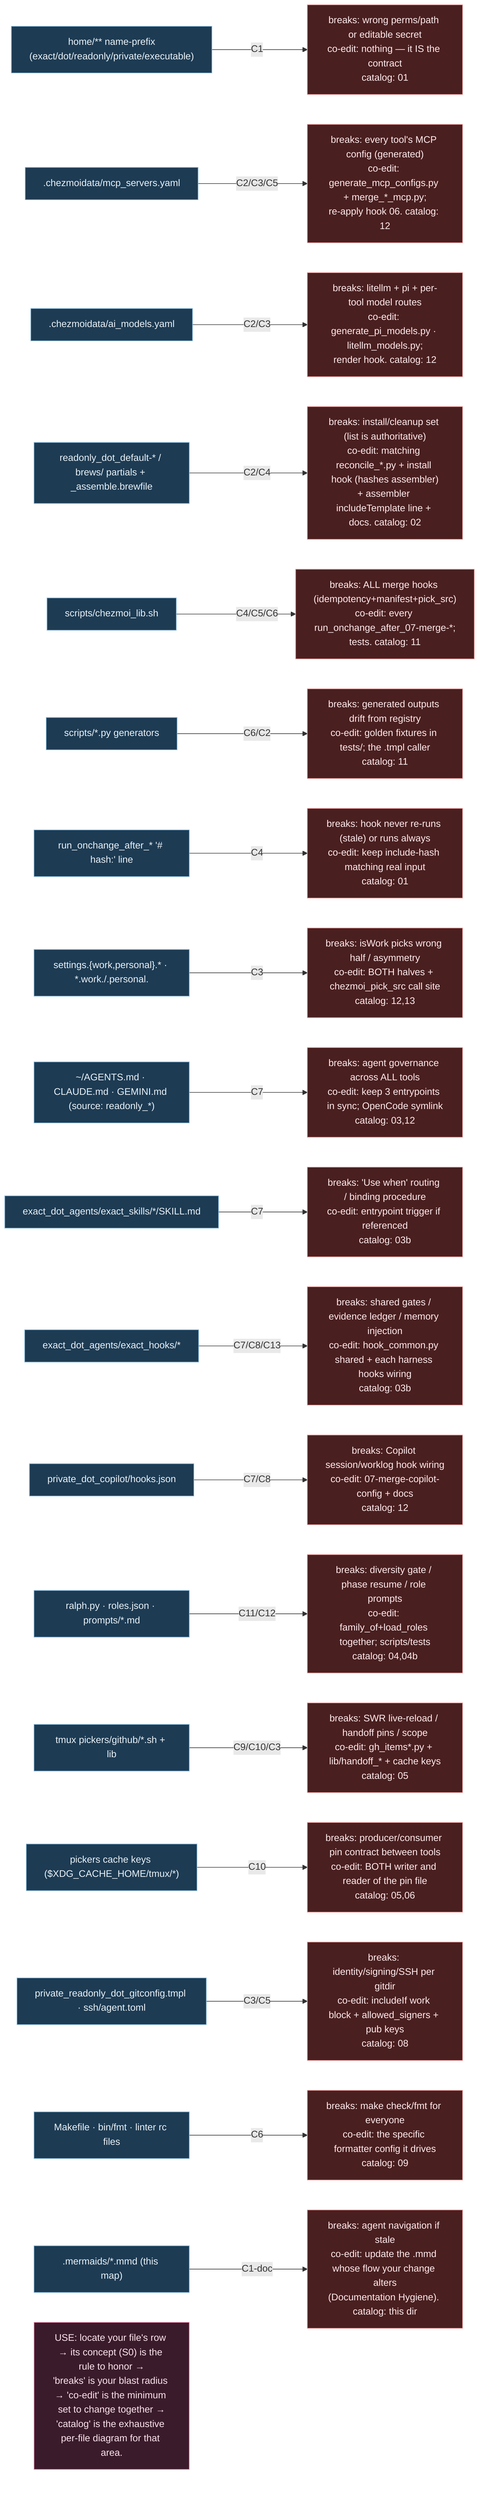
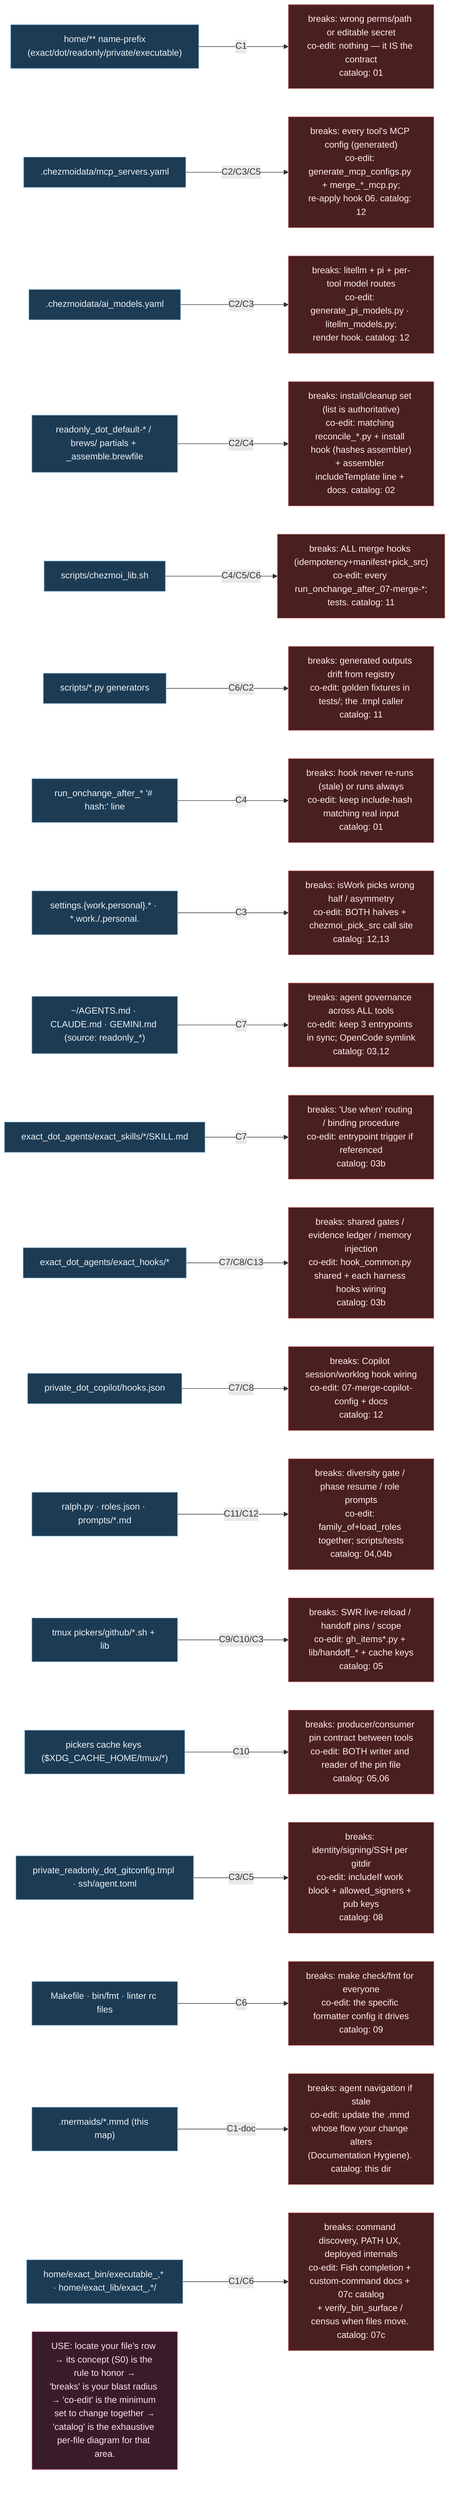
%% ============================================================================
%% SR-index.mmd — REVERSE INDEX ("maps into each particle").
%% Given a file/area you're about to touch, find: which CONCEPT it serves,
%% what BREAKS if you change it wrong, and the CO-EDIT SET (what must move with
%% it). This is the bridge from the semantic cloud (S0) down to the exhaustive
%% catalog (00-13). Concept IDs (C1..C13) refer to S0-concepts.mmd.
%% Mermaid note: rendered as a left→right map; for the dense table read source.
%% ============================================================================
flowchart LR
    classDef area fill:#1d3b53,stroke:#7fb3d5,color:#eaf2f8;
    classDef c fill:#3a1b2b,stroke:#f48fb1,color:#fce4ec;
    classDef brk fill:#4a1f1f,stroke:#ef9a9a,color:#ffebee;

    A1["home/** name-prefix<br/>(exact/dot/readonly/private/executable)"]:::area -->|C1| B1["breaks: wrong perms/path or editable secret<br/>co-edit: nothing — it IS the contract<br/>catalog: 01"]:::brk
    A2[".chezmoidata/mcp_servers.yaml"]:::area -->|C2/C3/C5| B2["breaks: every tool's MCP config (generated)<br/>co-edit: generate_mcp_configs.py + merge_*_mcp.py;<br/>re-apply hook 06. catalog: 12"]:::brk
    A3[".chezmoidata/ai_models.yaml"]:::area -->|C2/C3| B3["breaks: litellm + pi + per-tool model routes<br/>co-edit: generate_pi_models.py · litellm_models.py;<br/>render hook. catalog: 12"]:::brk
    A4["readonly_dot_default-* / brews/ partials + _assemble.brewfile"]:::area -->|C2/C4| B4["breaks: install/cleanup set (list is authoritative)<br/>co-edit: matching reconcile_*.py + install hook (hashes assembler)<br/>+ assembler includeTemplate line + docs. catalog: 02"]:::brk
    A5["scripts/chezmoi_lib.sh"]:::area -->|C4/C5/C6| B5["breaks: ALL merge hooks (idempotency+manifest+pick_src)<br/>co-edit: every run_onchange_after_07-merge-*;<br/>tests. catalog: 11"]:::brk
    A6["scripts/*.py generators"]:::area -->|C6/C2| B6["breaks: generated outputs drift from registry<br/>co-edit: golden fixtures in tests/; the .tmpl caller<br/>catalog: 11"]:::brk
    A7["run_onchange_after_* '# hash:' line"]:::area -->|C4| B7["breaks: hook never re-runs (stale) or runs always<br/>co-edit: keep include-hash matching real input<br/>catalog: 01"]:::brk
    A8["settings.{work,personal}.* · *.work./.personal."]:::area -->|C3| B8["breaks: isWork picks wrong half / asymmetry<br/>co-edit: BOTH halves + chezmoi_pick_src call site<br/>catalog: 12,13"]:::brk
    A9["~/AGENTS.md · CLAUDE.md · GEMINI.md (source: readonly_*)"]:::area -->|C7| B9["breaks: agent governance across ALL tools<br/>co-edit: keep 3 entrypoints in sync; OpenCode symlink<br/>catalog: 03,12"]:::brk
    A10["exact_dot_agents/exact_skills/*/SKILL.md"]:::area -->|C7| B10["breaks: 'Use when' routing / binding procedure<br/>co-edit: entrypoint trigger if referenced<br/>catalog: 03b"]:::brk
    A11["exact_dot_agents/exact_hooks/*"]:::area -->|C7/C8/C13| B11["breaks: shared gates / evidence ledger / memory injection<br/>co-edit: hook_common.py shared + each harness hooks wiring<br/>catalog: 03b"]:::brk
    A11b["private_dot_copilot/hooks.json"]:::area -->|C7/C8| B11b["breaks: Copilot session/worklog hook wiring<br/>co-edit: 07-merge-copilot-config + docs<br/>catalog: 12"]:::brk
    A12["ralph.py · roles.json · prompts/*.md"]:::area -->|C11/C12| B12["breaks: diversity gate / phase resume / role prompts<br/>co-edit: family_of+load_roles together; scripts/tests<br/>catalog: 04,04b"]:::brk
    A13["tmux pickers/github/*.sh + lib"]:::area -->|C9/C10/C3| B13["breaks: SWR live-reload / handoff pins / scope<br/>co-edit: gh_items*.py + lib/handoff_* + cache keys<br/>catalog: 05"]:::brk
    A14["pickers cache keys ($XDG_CACHE_HOME/tmux/*)"]:::area -->|C10| B14["breaks: producer/consumer pin contract between tools<br/>co-edit: BOTH writer and reader of the pin file<br/>catalog: 05,06"]:::brk
    A15["private_readonly_dot_gitconfig.tmpl · ssh/agent.toml"]:::area -->|C3/C5| B15["breaks: identity/signing/SSH per gitdir<br/>co-edit: includeIf work block + allowed_signers + pub keys<br/>catalog: 08"]:::brk
    A16["Makefile · bin/fmt · linter rc files"]:::area -->|C6| B16["breaks: make check/fmt for everyone<br/>co-edit: the specific formatter config it drives<br/>catalog: 09"]:::brk
    A17[".mermaids/*.mmd (this map)"]:::area -->|C1-doc| B17["breaks: agent navigation if stale<br/>co-edit: update the .mmd whose flow your change alters<br/>(Documentation Hygiene). catalog: this dir"]:::brk
+     A18["home/exact_bin/executable_,* · home/exact_lib/exact_,*/"]:::area -->|C1/C6| B18["breaks: command discovery, PATH UX, deployed internals<br/>co-edit: Fish completion + custom-command docs + 07c catalog<br/>+ verify_bin_surface / census when files move. catalog: 07c"]:::brk

    GUIDE["USE: locate your file's row → its concept (S0) is the rule to honor →<br/>'breaks' is your blast radius → 'co-edit' is the minimum set to change together →<br/>'catalog' is the exhaustive per-file diagram for that area."]:::c
